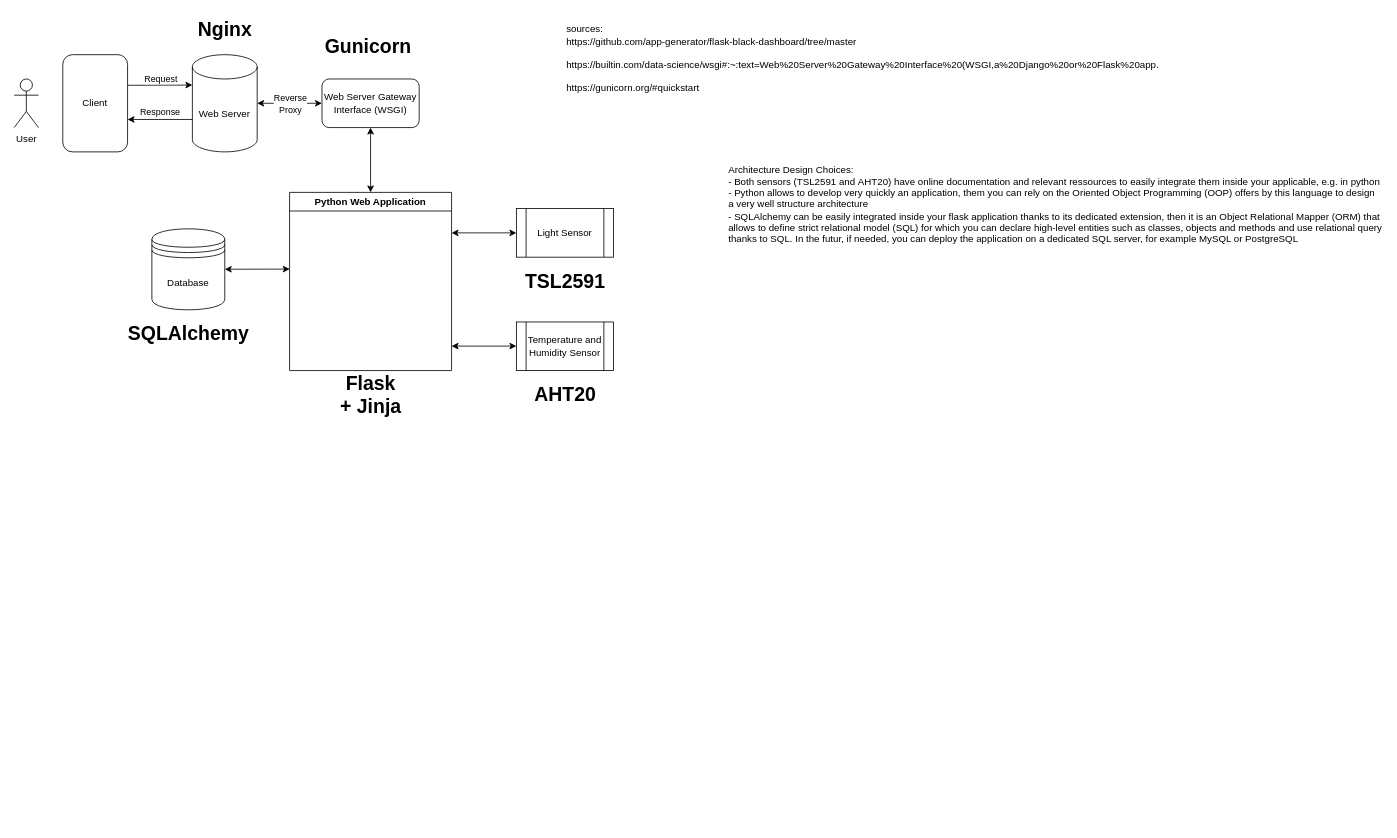
Jblaffosse/weather_station keeps this draw.io diagram as page "High-level System Architecture Design" (1 of 2) of docs/System Architecture Diagram.drawio. Above is the earlier version. Source tidied: cells renumbered, new cells numbered last; positions are measured from the earlier drawing's top-left corner, leaving out a move shared by most shapes. Both pictures are drawn from the tidied source at 81%, with x=0, y=0 at pixel (14, 14).
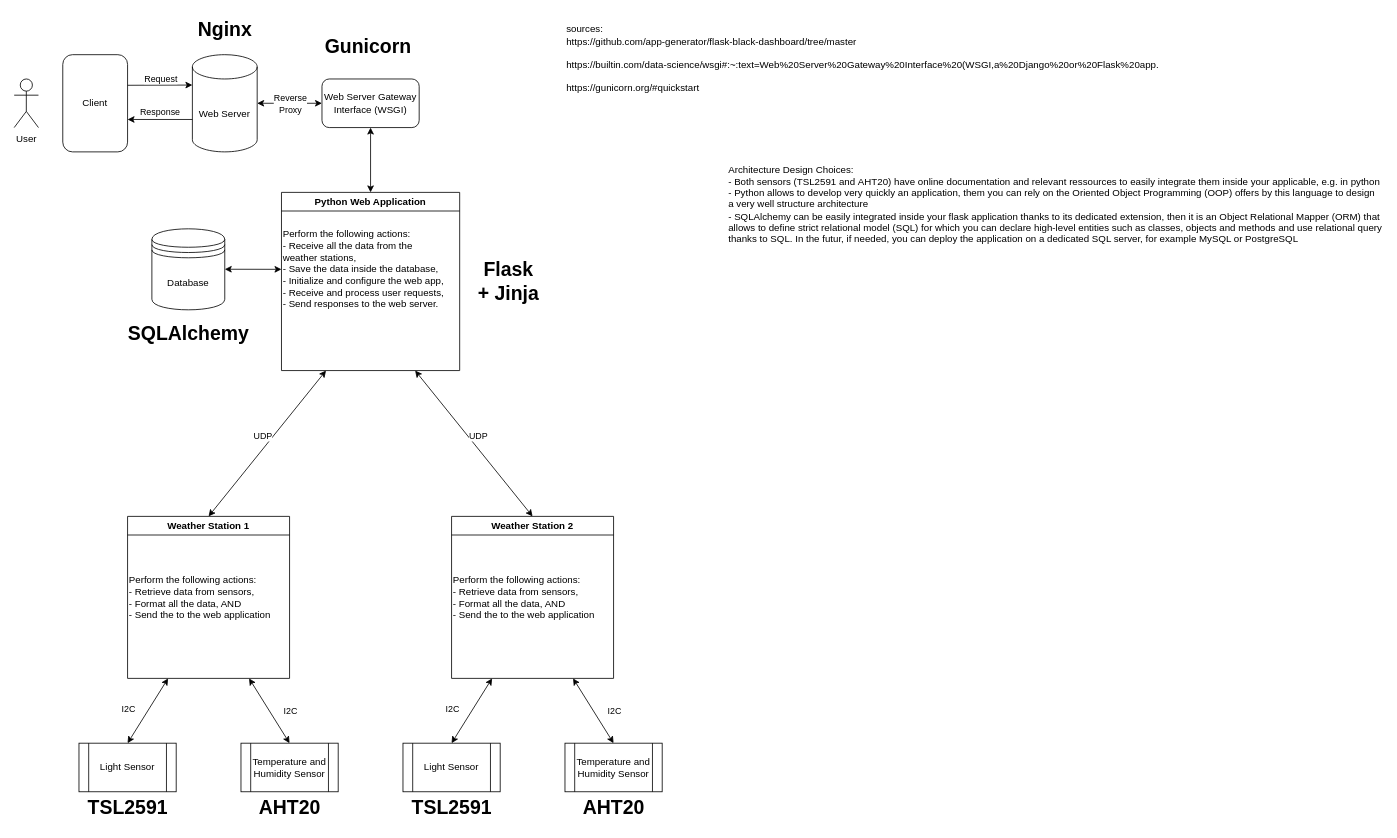
After the change.

Commit message (it also covers changes not shown here):
Create and test the UDP connection between the weather stations and the UDP server. TODO: integrate the UDP server into the flask application using threading

What changed in the source:
```diff
@@
     <mxCell id="5" value="Light Sensor" style="shape=process;whiteSpace=wrap;html=1;backgroundOutline=1;" parent="1" vertex="1">
-      <mxGeometry x="620" y="240" width="120" height="60" as="geometry" />
+      <mxGeometry x="480" y="900" width="120" height="60" as="geometry" />
     </mxCell>
     <mxCell id="6" value="Temperature and Humidity Sensor" style="shape=process;whiteSpace=wrap;html=1;backgroundOutline=1;" parent="1" vertex="1">
-      <mxGeometry x="620" y="380" width="120" height="60" as="geometry" />
+      <mxGeometry x="680" y="900" width="120" height="60" as="geometry" />
     </mxCell>
     <mxCell id="7" value="Python Web Application" style="swimlane;whiteSpace=wrap;html=1;" parent="1" vertex="1">
-      <mxGeometry x="340" y="220" width="200" height="220" as="geometry" />
+      <mxGeometry x="330" y="220" width="220" height="220" as="geometry" />
     </mxCell>
+    <mxCell id="28" value="Perform the following actions:&lt;br&gt;- Receive all the data from the&lt;br&gt;weather stations,&lt;br&gt;- Save the data inside the database,&lt;br&gt;- Initialize and configure the web app,&lt;br&gt;- Receive and process user requests,&lt;br&gt;- Send responses to the web server." style="text;html=1;align=left;verticalAlign=middle;points=[];strokeColor=none;fillColor=none;" parent="7" vertex="1">
+      <mxGeometry y="40" width="220" height="110" as="geometry" />
+    </mxCell>
@@
     <mxCell id="10" value="Flask&lt;br&gt;+ Jinja" style="text;strokeColor=none;fillColor=none;html=1;fontSize=24;fontStyle=1;verticalAlign=middle;align=center;" parent="1" vertex="1">
-      <mxGeometry x="390" y="450" width="100" height="40" as="geometry" />
+      <mxGeometry x="560" y="310" width="100" height="40" as="geometry" />
     </mxCell>
     <mxCell id="11" value="AHT20" style="text;strokeColor=none;fillColor=none;html=1;fontSize=24;fontStyle=1;verticalAlign=middle;align=center;" parent="1" vertex="1">
-      <mxGeometry x="630" y="450" width="100" height="40" as="geometry" />
+      <mxGeometry x="690" y="960" width="100" height="40" as="geometry" />
     </mxCell>
     <mxCell id="12" value="TSL2591" style="text;strokeColor=none;fillColor=none;html=1;fontSize=24;fontStyle=1;verticalAlign=middle;align=center;" parent="1" vertex="1">
-      <mxGeometry x="630" y="310" width="100" height="40" as="geometry" />
+      <mxGeometry x="490" y="960" width="100" height="40" as="geometry" />
     </mxCell>
-    <mxCell id="13" style="endArrow=classic;startArrow=classic;html=1;rounded=0;exitX=0.998;exitY=0.752;exitDx=0;exitDy=0;entryX=0;entryY=0.5;entryDx=0;entryDy=0;exitPerimeter=0;" parent="1" edge="1">
+    <mxCell id="13" style="endArrow=classic;startArrow=classic;html=1;rounded=0;exitX=0.998;exitY=0.752;exitDx=0;exitDy=0;exitPerimeter=0;entryX=0;entryY=0.5;entryDx=0;entryDy=0;entryPerimeter=0;" parent="1" edge="1" target="28">
       <mxGeometry relative="1" as="geometry">
         <mxPoint x="260" y="314.9" as="sourcePoint" />
-        <mxPoint x="340.2" y="314.7" as="targetPoint" />
       </mxGeometry>
     </mxCell>
-    <mxCell id="14" style="endArrow=classic;startArrow=classic;html=1;rounded=0;entryX=0;entryY=0.5;entryDx=0;entryDy=0;" parent="1" edge="1" target="5">
-      <mxGeometry relative="1" as="geometry">
-        <mxPoint x="540" y="270" as="sourcePoint" />
-      </mxGeometry>
+    <mxCell id="14" style="endArrow=classic;startArrow=classic;html=1;rounded=0;entryX=0.5;entryY=0;entryDx=0;entryDy=0;exitX=0.25;exitY=1;exitDx=0;exitDy=0;" parent="1" edge="1" source="31" target="5">
+      <mxGeometry relative="1" as="geometry" />
     </mxCell>
+    <mxCell id="29" value="I2C" style="edgeLabel;html=1;align=center;verticalAlign=middle;" parent="14" vertex="1">
+      <mxGeometry x="-0.06" y="1" relative="1" as="geometry">
+        <mxPoint x="-27" as="offset" />
+      </mxGeometry>
+    </mxCell>
-    <mxCell id="15" style="endArrow=classic;startArrow=classic;html=1;rounded=0;entryX=0;entryY=0.5;entryDx=0;entryDy=0;" parent="1" edge="1">
-      <mxGeometry relative="1" as="geometry">
-        <mxPoint x="540" y="409.8" as="sourcePoint" />
-        <mxPoint x="620" y="409.8" as="targetPoint" />
-      </mxGeometry>
+    <mxCell id="15" style="endArrow=classic;startArrow=classic;html=1;rounded=0;entryX=0.5;entryY=0;entryDx=0;entryDy=0;exitX=0.75;exitY=1;exitDx=0;exitDy=0;" parent="1" edge="1" source="31" target="6">
+      <mxGeometry relative="1" as="geometry" />
     </mxCell>
+    <mxCell id="30" value="I2C" style="edgeLabel;html=1;align=center;verticalAlign=middle;" parent="15" vertex="1">
+      <mxGeometry x="0.2" relative="1" as="geometry">
+        <mxPoint x="20" y="-8" as="offset" />
+      </mxGeometry>
+    </mxCell>
@@
+    <mxCell id="31" value="Weather Station 2" style="swimlane;whiteSpace=wrap;html=1;" parent="1" vertex="1">
+      <mxGeometry x="540" y="620" width="200" height="200" as="geometry" />
+    </mxCell>
+    <mxCell id="32" value="Perform the following actions:&lt;br&gt;- Retrieve data from sensors,&lt;br&gt;- Format all the data, AND&lt;br&gt;- Send the to the web application" style="text;html=1;align=left;verticalAlign=middle;strokeColor=none;fillColor=none;" parent="31" vertex="1">
+      <mxGeometry y="65" width="200" height="70" as="geometry" />
+    </mxCell>
+    <mxCell id="33" value="Light Sensor" style="shape=process;whiteSpace=wrap;html=1;backgroundOutline=1;" parent="1" vertex="1">
+      <mxGeometry x="80" y="900" width="120" height="60" as="geometry" />
+    </mxCell>
+    <mxCell id="34" value="Temperature and Humidity Sensor" style="shape=process;whiteSpace=wrap;html=1;backgroundOutline=1;" parent="1" vertex="1">
+      <mxGeometry x="280" y="900" width="120" height="60" as="geometry" />
+    </mxCell>
+    <mxCell id="35" value="AHT20" style="text;strokeColor=none;fillColor=none;html=1;fontSize=24;fontStyle=1;verticalAlign=middle;align=center;" parent="1" vertex="1">
+      <mxGeometry x="290" y="960" width="100" height="40" as="geometry" />
+    </mxCell>
+    <mxCell id="36" value="TSL2591" style="text;strokeColor=none;fillColor=none;html=1;fontSize=24;fontStyle=1;verticalAlign=middle;align=center;" parent="1" vertex="1">
+      <mxGeometry x="90" y="960" width="100" height="40" as="geometry" />
+    </mxCell>
+    <mxCell id="37" style="endArrow=classic;startArrow=classic;html=1;rounded=0;entryX=0.5;entryY=0;entryDx=0;entryDy=0;exitX=0.25;exitY=1;exitDx=0;exitDy=0;" parent="1" edge="1" source="41" target="33">
+      <mxGeometry relative="1" as="geometry" />
+    </mxCell>
+    <mxCell id="38" value="I2C" style="edgeLabel;html=1;align=center;verticalAlign=middle;" parent="37" vertex="1">
+      <mxGeometry x="-0.06" y="1" relative="1" as="geometry">
+        <mxPoint x="-27" as="offset" />
+      </mxGeometry>
+    </mxCell>
+    <mxCell id="39" style="endArrow=classic;startArrow=classic;html=1;rounded=0;entryX=0.5;entryY=0;entryDx=0;entryDy=0;exitX=0.75;exitY=1;exitDx=0;exitDy=0;" parent="1" edge="1" source="41" target="34">
+      <mxGeometry relative="1" as="geometry" />
+    </mxCell>
+    <mxCell id="40" value="I2C" style="edgeLabel;html=1;align=center;verticalAlign=middle;" parent="39" vertex="1">
+      <mxGeometry x="0.2" relative="1" as="geometry">
+        <mxPoint x="20" y="-8" as="offset" />
+      </mxGeometry>
+    </mxCell>
+    <mxCell id="41" value="Weather Station 1" style="swimlane;whiteSpace=wrap;html=1;" parent="1" vertex="1">
+      <mxGeometry x="140" y="620" width="200" height="200" as="geometry" />
+    </mxCell>
+    <mxCell id="42" value="Perform the following actions:&lt;br&gt;- Retrieve data from sensors,&lt;br&gt;- Format all the data, AND&lt;br&gt;- Send the to the web application" style="text;html=1;align=left;verticalAlign=middle;strokeColor=none;fillColor=none;" parent="41" vertex="1">
+      <mxGeometry y="65" width="200" height="70" as="geometry" />
+    </mxCell>
+    <mxCell id="43" style="endArrow=classic;startArrow=classic;html=1;rounded=0;entryX=0.5;entryY=0;entryDx=0;entryDy=0;exitX=0.25;exitY=1;exitDx=0;exitDy=0;" parent="1" edge="1" source="7" target="41">
+      <mxGeometry relative="1" as="geometry" />
+    </mxCell>
+    <mxCell id="44" value="UDP" style="edgeLabel;html=1;align=center;verticalAlign=middle;" parent="43" vertex="1">
+      <mxGeometry x="-0.06" y="1" relative="1" as="geometry">
+        <mxPoint x="-11" y="-5" as="offset" />
+      </mxGeometry>
+    </mxCell>
+    <mxCell id="45" style="endArrow=classic;startArrow=classic;html=1;rounded=0;entryX=0.5;entryY=0;entryDx=0;entryDy=0;exitX=0.75;exitY=1;exitDx=0;exitDy=0;" parent="1" edge="1" source="7" target="31">
+      <mxGeometry relative="1" as="geometry" />
+    </mxCell>
+    <mxCell id="46" value="UDP" style="edgeLabel;html=1;align=center;verticalAlign=middle;" parent="45" vertex="1">
+      <mxGeometry x="0.2" relative="1" as="geometry">
+        <mxPoint x="-10" y="-28" as="offset" />
+      </mxGeometry>
+    </mxCell>
```
